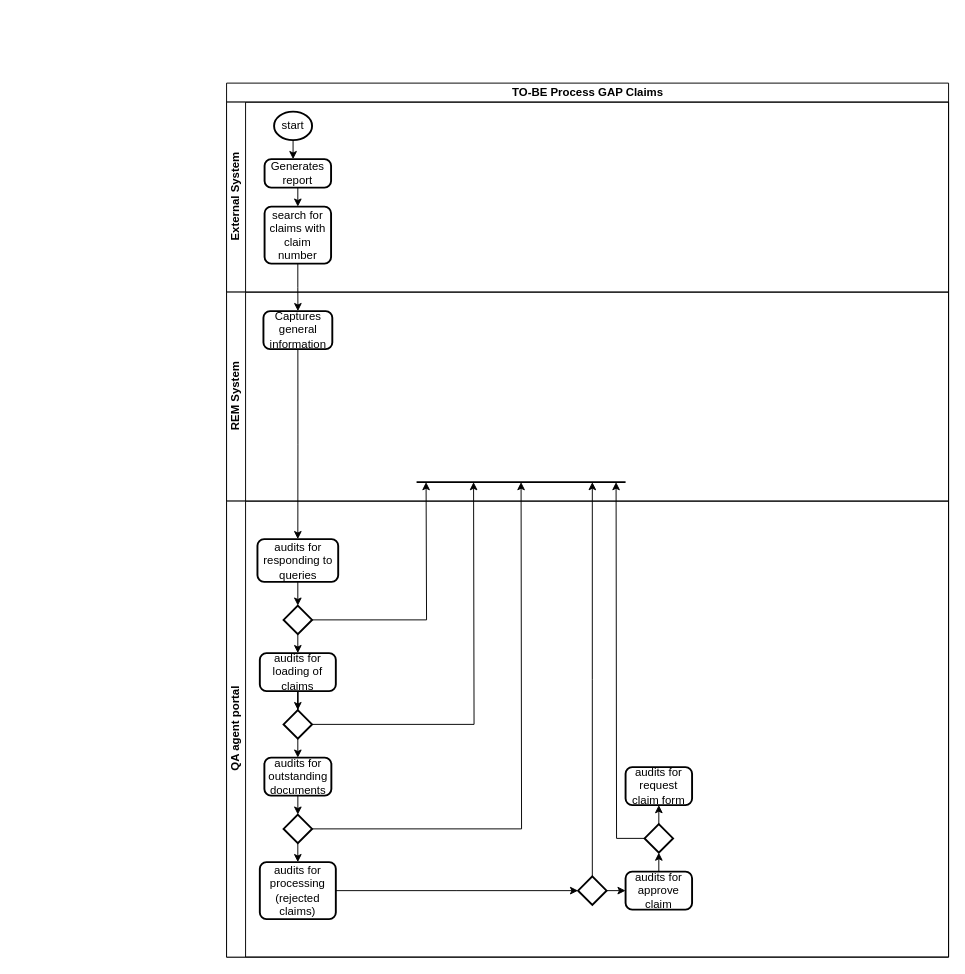
This is Gapclaims.drawio from TJ-Kwetsane1993/Thato, a draw.io file, before an edit. Source tidied: cells renumbered, new cells numbered last; positions are measured from the earlier drawing's top-left corner, leaving out a move shared by most shapes. Both pictures are drawn from the tidied source at 95%, with x=0, y=0 at pixel (226, 83).
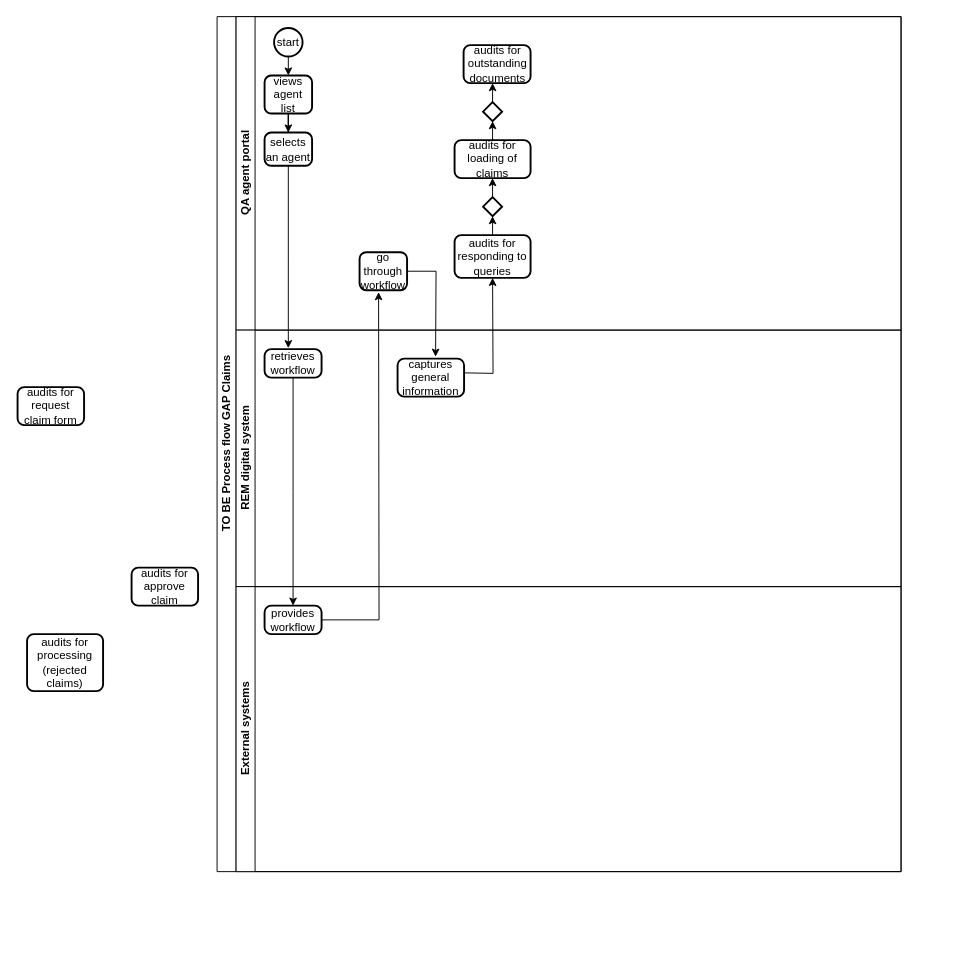
The same page after the edit.

Diff of the diagram source:
```diff
@@
-    <mxCell id="2" value="TO-BE Process GAP Claims" style="swimlane;horizontal=1;startSize=20;html=1;" parent="1" vertex="1">
-      <mxGeometry width="760" height="920" as="geometry" />
-    </mxCell>
-    <mxCell id="3" value="External System" style="swimlane;startSize=20;horizontal=0;html=1;" parent="2" vertex="1">
-      <mxGeometry y="20" width="760" height="200" as="geometry" />
-    </mxCell>
-    <mxCell id="4" style="edgeStyle=orthogonalEdgeStyle;rounded=0;jettySize=auto;html=1;exitX=0.5;exitY=1;exitDx=0;exitDy=0;" parent="3" edge="1" source="5">
-      <mxGeometry relative="1" as="geometry">
-        <mxPoint x="75" y="110" as="targetPoint" />
-      </mxGeometry>
-    </mxCell>
-    <mxCell id="5" value="Generates report" style="rounded=1;whiteSpace=wrap;html=1;absoluteArcSize=1;arcSize=14;strokeWidth=2;" parent="3" vertex="1">
-      <mxGeometry x="40" y="60" width="70" height="30" as="geometry" />
-    </mxCell>
-    <mxCell id="6" style="edgeStyle=orthogonalEdgeStyle;rounded=0;jettySize=auto;html=1;exitX=0.5;exitY=1;exitDx=0;exitDy=0;exitPerimeter=0;" parent="3" edge="1" source="7">
-      <mxGeometry relative="1" as="geometry">
-        <mxPoint x="70" y="60" as="targetPoint" />
-      </mxGeometry>
-    </mxCell>
+    <mxCell id="22" value="audits for request claim form" style="rounded=1;whiteSpace=wrap;html=1;absoluteArcSize=1;arcSize=14;strokeWidth=2;" parent="1" vertex="1">
+      <mxGeometry x="-220" y="320" width="70" height="40" as="geometry" />
+    </mxCell>
+    <mxCell id="21" value="audits for processing (rejected claims)" style="rounded=1;whiteSpace=wrap;html=1;absoluteArcSize=1;arcSize=14;strokeWidth=2;" parent="1" vertex="1">
+      <mxGeometry x="-210" y="580" width="80" height="60" as="geometry" />
+    </mxCell>
+    <mxCell id="24" value="audits for approve claim" style="rounded=1;whiteSpace=wrap;html=1;absoluteArcSize=1;arcSize=14;strokeWidth=2;" parent="1" vertex="1">
+      <mxGeometry x="-100" y="510" width="70" height="40" as="geometry" />
+    </mxCell>
+    <mxCell id="43" value="TO BE Process flow GAP Claims" style="swimlane;horizontal=0;startSize=20;html=1;" parent="1" vertex="1">
+      <mxGeometry x="-10" y="-70" width="720" height="900" as="geometry" />
+    </mxCell>
+    <mxCell id="12" value="QA agent portal" style="swimlane;startSize=20;horizontal=0;html=1;" parent="43" vertex="1">
+      <mxGeometry x="20" width="700" height="330" as="geometry" />
+    </mxCell>
+    <mxCell id="44" style="edgeStyle=orthogonalEdgeStyle;rounded=0;jettySize=auto;html=1;exitX=0.5;exitY=1;exitDx=0;exitDy=0;exitPerimeter=0;entryX=0.5;entryY=0;entryDx=0;entryDy=0;" parent="12" edge="1" source="7" target="45">
+      <mxGeometry relative="1" as="geometry" />
+    </mxCell>
-    <mxCell id="7" value="start" style="strokeWidth=2;html=1;shape=mxgraph.flowchart.start_2;whiteSpace=wrap;" parent="3" vertex="1">
-      <mxGeometry x="50" y="10" width="40" height="30" as="geometry" />
+    <mxCell id="7" value="start" style="strokeWidth=2;html=1;shape=mxgraph.flowchart.start_2;whiteSpace=wrap;" parent="12" vertex="1">
+      <mxGeometry x="40" y="12" width="30" height="30" as="geometry" />
     </mxCell>
-    <mxCell id="8" value="search for claims with claim number" style="rounded=1;whiteSpace=wrap;html=1;absoluteArcSize=1;arcSize=14;strokeWidth=2;" parent="3" vertex="1">
-      <mxGeometry x="40" y="110" width="70" height="60" as="geometry" />
-    </mxCell>
-    <mxCell id="9" value="REM System" style="swimlane;startSize=20;horizontal=0;html=1;" parent="2" vertex="1">
-      <mxGeometry y="220" width="760" height="220" as="geometry" />
-    </mxCell>
-    <mxCell id="10" value="Captures general information" style="rounded=1;whiteSpace=wrap;html=1;absoluteArcSize=1;arcSize=14;strokeWidth=2;" parent="9" vertex="1">
-      <mxGeometry x="38.8" y="20" width="72.5" height="40" as="geometry" />
-    </mxCell>
-    <mxCell id="11" style="line;strokeWidth=2;html=1;" parent="9" vertex="1">
-      <mxGeometry x="200" y="190" width="220" height="20" as="geometry" />
-    </mxCell>
-    <mxCell id="12" value="QA agent portal" style="swimlane;startSize=20;horizontal=0;html=1;" parent="2" vertex="1">
-      <mxGeometry y="440" width="760" height="480" as="geometry" />
-    </mxCell>
-    <mxCell id="13" style="edgeStyle=orthogonalEdgeStyle;rounded=0;jettySize=auto;html=1;exitX=0.5;exitY=1;exitDx=0;exitDy=0;" parent="12" edge="1" source="14">
-      <mxGeometry relative="1" as="geometry">
-        <mxPoint x="75" y="110" as="targetPoint" />
-      </mxGeometry>
-    </mxCell>
+    <mxCell id="45" value="views agent list" style="rounded=1;whiteSpace=wrap;html=1;absoluteArcSize=1;arcSize=14;strokeWidth=2;" parent="12" vertex="1">
+      <mxGeometry x="30" y="62" width="50" height="40" as="geometry" />
+    </mxCell>
+    <mxCell id="46" style="edgeStyle=orthogonalEdgeStyle;rounded=0;jettySize=auto;html=1;exitX=0.5;exitY=1;exitDx=0;exitDy=0;" parent="12" edge="1" source="45" target="48">
+      <mxGeometry relative="1" as="geometry" />
+    </mxCell>
+    <mxCell id="47" style="edgeStyle=orthogonalEdgeStyle;rounded=0;jettySize=auto;html=1;exitX=0.5;exitY=1;exitDx=0;exitDy=0;" parent="12" edge="1" source="48">
+      <mxGeometry relative="1" as="geometry">
+        <mxPoint x="55" y="349" as="targetPoint" />
+      </mxGeometry>
+    </mxCell>
+    <mxCell id="48" value="selects an agent" style="rounded=1;whiteSpace=wrap;html=1;absoluteArcSize=1;arcSize=14;strokeWidth=2;" parent="12" vertex="1">
+      <mxGeometry x="30" y="122" width="50" height="35" as="geometry" />
+    </mxCell>
+    <mxCell id="49" style="edgeStyle=orthogonalEdgeStyle;rounded=0;jettySize=auto;html=1;exitX=1;exitY=0.5;exitDx=0;exitDy=0;" parent="12" edge="1" source="50">
+      <mxGeometry relative="1" as="geometry">
+        <mxPoint x="210" y="358" as="targetPoint" />
+      </mxGeometry>
+    </mxCell>
+    <mxCell id="50" value="go through workflow" style="rounded=1;whiteSpace=wrap;html=1;absoluteArcSize=1;arcSize=14;strokeWidth=2;" parent="12" vertex="1">
+      <mxGeometry x="130" y="248" width="50" height="40" as="geometry" />
+    </mxCell>
+    <mxCell id="51" style="edgeStyle=orthogonalEdgeStyle;rounded=0;jettySize=auto;html=1;exitX=0.5;exitY=0;exitDx=0;exitDy=0;" parent="12" edge="1" source="14">
+      <mxGeometry relative="1" as="geometry">
+        <mxPoint x="270" y="210" as="targetPoint" />
+      </mxGeometry>
+    </mxCell>
     <mxCell id="14" value="audits for responding to queries" style="rounded=1;whiteSpace=wrap;html=1;absoluteArcSize=1;arcSize=14;strokeWidth=2;" parent="12" vertex="1">
-      <mxGeometry x="32.5" y="40" width="85" height="45" as="geometry" />
+      <mxGeometry x="230" y="230" width="80" height="45" as="geometry" />
     </mxCell>
@@
-    <mxCell id="16" style="edgeStyle=orthogonalEdgeStyle;rounded=0;jettySize=auto;html=1;exitX=0.5;exitY=1;exitDx=0;exitDy=0;" parent="12" edge="1" source="30">
-      <mxGeometry relative="1" as="geometry">
-        <mxPoint x="75" y="220" as="targetPoint" />
-      </mxGeometry>
-    </mxCell>
+    <mxCell id="52" style="edgeStyle=orthogonalEdgeStyle;rounded=0;jettySize=auto;html=1;exitX=0.5;exitY=0;exitDx=0;exitDy=0;exitPerimeter=0;" parent="12" edge="1" source="53">
+      <mxGeometry relative="1" as="geometry">
+        <mxPoint x="270" y="170" as="targetPoint" />
+      </mxGeometry>
+    </mxCell>
+    <mxCell id="53" style="strokeWidth=2;html=1;shape=mxgraph.flowchart.decision;whiteSpace=wrap;" parent="12" vertex="1">
+      <mxGeometry x="260" y="190" width="20" height="20" as="geometry" />
+    </mxCell>
+    <mxCell id="54" style="edgeStyle=orthogonalEdgeStyle;rounded=0;jettySize=auto;html=1;exitX=0.5;exitY=0;exitDx=0;exitDy=0;" parent="12" edge="1" source="17">
+      <mxGeometry relative="1" as="geometry">
+        <mxPoint x="270" y="110" as="targetPoint" />
+      </mxGeometry>
+    </mxCell>
     <mxCell id="17" value="audits for loading of claims" style="rounded=1;whiteSpace=wrap;html=1;absoluteArcSize=1;arcSize=14;strokeWidth=2;" parent="12" vertex="1">
-      <mxGeometry x="35" y="160" width="80" height="40" as="geometry" />
+      <mxGeometry x="230" y="130" width="80" height="40" as="geometry" />
     </mxCell>
-    <mxCell id="18" style="edgeStyle=orthogonalEdgeStyle;rounded=0;jettySize=auto;html=1;exitX=0.5;exitY=1;exitDx=0;exitDy=0;" parent="12" edge="1" source="19">
-      <mxGeometry relative="1" as="geometry">
-        <mxPoint x="75" y="330" as="targetPoint" />
-      </mxGeometry>
-    </mxCell>
+    <mxCell id="55" style="edgeStyle=orthogonalEdgeStyle;rounded=0;jettySize=auto;html=1;exitX=0.5;exitY=0;exitDx=0;exitDy=0;exitPerimeter=0;" parent="12" edge="1" source="56">
+      <mxGeometry relative="1" as="geometry">
+        <mxPoint x="270" y="70" as="targetPoint" />
+      </mxGeometry>
+    </mxCell>
+    <mxCell id="56" style="strokeWidth=2;html=1;shape=mxgraph.flowchart.decision;whiteSpace=wrap;" parent="12" vertex="1">
+      <mxGeometry x="260" y="90" width="20" height="20" as="geometry" />
+    </mxCell>
     <mxCell id="19" value="audits for outstanding documents" style="rounded=1;whiteSpace=wrap;html=1;absoluteArcSize=1;arcSize=14;strokeWidth=2;" parent="12" vertex="1">
-      <mxGeometry x="39.8" y="270" width="70.5" height="40" as="geometry" />
+      <mxGeometry x="239.5" y="30" width="70.5" height="40" as="geometry" />
     </mxCell>
-    <mxCell id="20" style="edgeStyle=orthogonalEdgeStyle;rounded=0;jettySize=auto;html=1;exitX=1;exitY=0.5;exitDx=0;exitDy=0;" parent="12" edge="1" source="21">
-      <mxGeometry relative="1" as="geometry">
-        <mxPoint x="370" y="410" as="targetPoint" />
-      </mxGeometry>
-    </mxCell>
-    <mxCell id="21" value="audits for processing (rejected claims)" style="rounded=1;whiteSpace=wrap;html=1;absoluteArcSize=1;arcSize=14;strokeWidth=2;" parent="12" vertex="1">
-      <mxGeometry x="35" y="380" width="80" height="60" as="geometry" />
-    </mxCell>
-    <mxCell id="22" value="audits for request claim form" style="rounded=1;whiteSpace=wrap;html=1;absoluteArcSize=1;arcSize=14;strokeWidth=2;" parent="12" vertex="1">
-      <mxGeometry x="420" y="280" width="70" height="40" as="geometry" />
-    </mxCell>
-    <mxCell id="23" style="edgeStyle=orthogonalEdgeStyle;rounded=0;jettySize=auto;html=1;exitX=0.5;exitY=0;exitDx=0;exitDy=0;" parent="12" edge="1" source="24">
-      <mxGeometry relative="1" as="geometry">
-        <mxPoint x="455" y="370" as="targetPoint" />
-      </mxGeometry>
-    </mxCell>
-    <mxCell id="24" value="audits for approve claim" style="rounded=1;whiteSpace=wrap;html=1;absoluteArcSize=1;arcSize=14;strokeWidth=2;" parent="12" vertex="1">
-      <mxGeometry x="420" y="390" width="70" height="40" as="geometry" />
-    </mxCell>
-    <mxCell id="25" style="edgeStyle=orthogonalEdgeStyle;rounded=0;jettySize=auto;html=1;exitX=0.5;exitY=1;exitDx=0;exitDy=0;exitPerimeter=0;" parent="12" edge="1" source="27">
-      <mxGeometry relative="1" as="geometry">
-        <mxPoint x="75" y="160" as="targetPoint" />
-      </mxGeometry>
-    </mxCell>
-    <mxCell id="26" style="edgeStyle=orthogonalEdgeStyle;rounded=0;jettySize=auto;html=1;exitX=1;exitY=0.5;exitDx=0;exitDy=0;exitPerimeter=0;" parent="12" edge="1" source="27">
-      <mxGeometry relative="1" as="geometry">
-        <mxPoint x="210" y="-20" as="targetPoint" />
-      </mxGeometry>
-    </mxCell>
-    <mxCell id="27" style="strokeWidth=2;html=1;shape=mxgraph.flowchart.decision;whiteSpace=wrap;" parent="12" vertex="1">
-      <mxGeometry x="60" y="110" width="30" height="30" as="geometry" />
-    </mxCell>
-    <mxCell id="28" style="edgeStyle=orthogonalEdgeStyle;rounded=0;jettySize=auto;html=1;exitX=0.5;exitY=1;exitDx=0;exitDy=0;exitPerimeter=0;" parent="12" edge="1" source="30">
-      <mxGeometry relative="1" as="geometry">
-        <mxPoint x="75" y="270" as="targetPoint" />
-      </mxGeometry>
-    </mxCell>
-    <mxCell id="29" style="edgeStyle=orthogonalEdgeStyle;rounded=0;jettySize=auto;html=1;exitX=1;exitY=0.5;exitDx=0;exitDy=0;exitPerimeter=0;" parent="12" edge="1" source="30">
-      <mxGeometry relative="1" as="geometry">
-        <mxPoint x="260" y="-20" as="targetPoint" />
-      </mxGeometry>
-    </mxCell>
-    <mxCell id="30" style="strokeWidth=2;html=1;shape=mxgraph.flowchart.decision;whiteSpace=wrap;" parent="12" vertex="1">
-      <mxGeometry x="60" y="220" width="30" height="30" as="geometry" />
-    </mxCell>
-    <mxCell id="31" style="edgeStyle=orthogonalEdgeStyle;rounded=0;jettySize=auto;html=1;exitX=0.5;exitY=1;exitDx=0;exitDy=0;" parent="12" edge="1" source="17" target="30">
-      <mxGeometry relative="1" as="geometry" />
-    </mxCell>
-    <mxCell id="32" style="edgeStyle=orthogonalEdgeStyle;rounded=0;jettySize=auto;html=1;exitX=0.5;exitY=1;exitDx=0;exitDy=0;exitPerimeter=0;" parent="12" edge="1" source="34">
-      <mxGeometry relative="1" as="geometry">
-        <mxPoint x="75" y="380" as="targetPoint" />
-      </mxGeometry>
-    </mxCell>
-    <mxCell id="33" style="edgeStyle=orthogonalEdgeStyle;rounded=0;jettySize=auto;html=1;exitX=1;exitY=0.5;exitDx=0;exitDy=0;exitPerimeter=0;" parent="12" edge="1" source="34">
-      <mxGeometry relative="1" as="geometry">
-        <mxPoint x="310" y="-20" as="targetPoint" />
-      </mxGeometry>
-    </mxCell>
-    <mxCell id="34" style="strokeWidth=2;html=1;shape=mxgraph.flowchart.decision;whiteSpace=wrap;" parent="12" vertex="1">
-      <mxGeometry x="60" y="330" width="30" height="30" as="geometry" />
-    </mxCell>
-    <mxCell id="35" style="edgeStyle=orthogonalEdgeStyle;rounded=0;jettySize=auto;html=1;exitX=1;exitY=0.5;exitDx=0;exitDy=0;exitPerimeter=0;" parent="12" edge="1" source="37">
-      <mxGeometry relative="1" as="geometry">
-        <mxPoint x="420" y="410" as="targetPoint" />
-      </mxGeometry>
-    </mxCell>
-    <mxCell id="36" style="edgeStyle=orthogonalEdgeStyle;rounded=0;jettySize=auto;html=1;exitX=0.5;exitY=0;exitDx=0;exitDy=0;exitPerimeter=0;" parent="12" edge="1" source="37">
-      <mxGeometry relative="1" as="geometry">
-        <mxPoint x="385" y="-20" as="targetPoint" />
-      </mxGeometry>
-    </mxCell>
-    <mxCell id="37" style="strokeWidth=2;html=1;shape=mxgraph.flowchart.decision;whiteSpace=wrap;" parent="12" vertex="1">
-      <mxGeometry x="370" y="395" width="30" height="30" as="geometry" />
-    </mxCell>
-    <mxCell id="38" style="edgeStyle=orthogonalEdgeStyle;rounded=0;jettySize=auto;html=1;exitX=0.5;exitY=0;exitDx=0;exitDy=0;exitPerimeter=0;" parent="12" edge="1" source="40">
-      <mxGeometry relative="1" as="geometry">
-        <mxPoint x="455" y="320" as="targetPoint" />
-      </mxGeometry>
-    </mxCell>
-    <mxCell id="39" style="edgeStyle=orthogonalEdgeStyle;rounded=0;jettySize=auto;html=1;exitX=0;exitY=0.5;exitDx=0;exitDy=0;exitPerimeter=0;" parent="12" edge="1" source="40">
-      <mxGeometry relative="1" as="geometry">
-        <mxPoint x="410" y="-20" as="targetPoint" />
-      </mxGeometry>
-    </mxCell>
-    <mxCell id="40" style="strokeWidth=2;html=1;shape=mxgraph.flowchart.decision;whiteSpace=wrap;" parent="12" vertex="1">
-      <mxGeometry x="440" y="340" width="30" height="30" as="geometry" />
-    </mxCell>
-    <mxCell id="41" style="edgeStyle=orthogonalEdgeStyle;rounded=0;jettySize=auto;html=1;exitX=0.5;exitY=1;exitDx=0;exitDy=0;" parent="2" edge="1" source="8" target="10">
-      <mxGeometry relative="1" as="geometry" />
-    </mxCell>
-    <mxCell id="42" style="edgeStyle=orthogonalEdgeStyle;rounded=0;jettySize=auto;html=1;exitX=0.5;exitY=1;exitDx=0;exitDy=0;entryX=0.5;entryY=0;entryDx=0;entryDy=0;" parent="2" edge="1" source="10" target="14">
-      <mxGeometry relative="1" as="geometry" />
-    </mxCell>
+    <mxCell id="57" value="REM digital system" style="swimlane;startSize=20;horizontal=0;html=1;" parent="43" vertex="1">
+      <mxGeometry x="20" y="330" width="700" height="270" as="geometry" />
+    </mxCell>
+    <mxCell id="58" style="edgeStyle=orthogonalEdgeStyle;rounded=0;jettySize=auto;html=1;exitX=0.5;exitY=1;exitDx=0;exitDy=0;" parent="57" edge="1" source="59">
+      <mxGeometry relative="1" as="geometry">
+        <mxPoint x="60" y="290" as="targetPoint" />
+      </mxGeometry>
+    </mxCell>
+    <mxCell id="59" value="retrieves workflow" style="rounded=1;whiteSpace=wrap;html=1;absoluteArcSize=1;arcSize=14;strokeWidth=2;" parent="57" vertex="1">
+      <mxGeometry x="30" y="20" width="60" height="30" as="geometry" />
+    </mxCell>
+    <mxCell id="60" style="edgeStyle=orthogonalEdgeStyle;rounded=0;orthogonalLoop=1;jettySize=auto;html=1;exitX=1;exitY=0.5;exitDx=0;exitDy=0;" parent="57" edge="1">
+      <mxGeometry relative="1" as="geometry">
+        <mxPoint x="240" y="45" as="sourcePoint" />
+        <mxPoint x="270" y="-55" as="targetPoint" />
+      </mxGeometry>
+    </mxCell>
+    <mxCell id="61" value="captures general information" style="rounded=1;whiteSpace=wrap;html=1;absoluteArcSize=1;arcSize=14;strokeWidth=2;" parent="57" vertex="1">
+      <mxGeometry x="170" y="30" width="70" height="40" as="geometry" />
+    </mxCell>
+    <mxCell id="62" value="External systems" style="swimlane;startSize=20;horizontal=0;html=1;" parent="43" vertex="1">
+      <mxGeometry x="20" y="600" width="700" height="300" as="geometry" />
+    </mxCell>
+    <mxCell id="63" style="edgeStyle=orthogonalEdgeStyle;rounded=0;jettySize=auto;html=1;exitX=1;exitY=0.5;exitDx=0;exitDy=0;" parent="62" edge="1" source="64">
+      <mxGeometry relative="1" as="geometry">
+        <mxPoint x="150" y="-310" as="targetPoint" />
+      </mxGeometry>
+    </mxCell>
+    <mxCell id="64" value="provides workflow" style="rounded=1;whiteSpace=wrap;html=1;absoluteArcSize=1;arcSize=14;strokeWidth=2;" parent="62" vertex="1">
+      <mxGeometry x="30" y="20" width="60" height="30" as="geometry" />
+    </mxCell>
```
